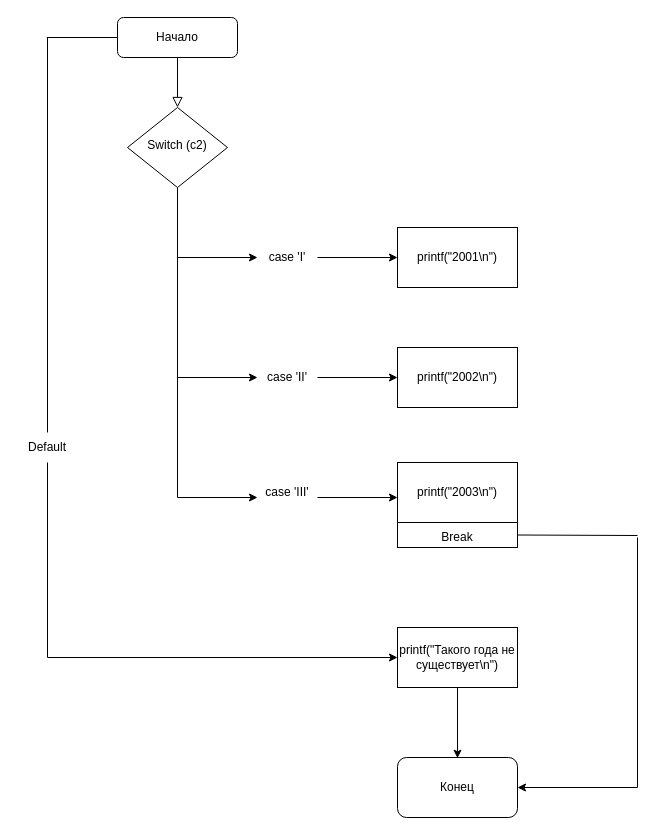
Above: lab7.drawio in 1kxri/dz (draw.io), before the change. Source tidied: cells renumbered, new cells numbered last; positions are measured from the earlier drawing's top-left corner, leaving out a move shared by most shapes. Both pictures are drawn from the tidied source at 100%, with x=0, y=0 at pixel (17, 17).
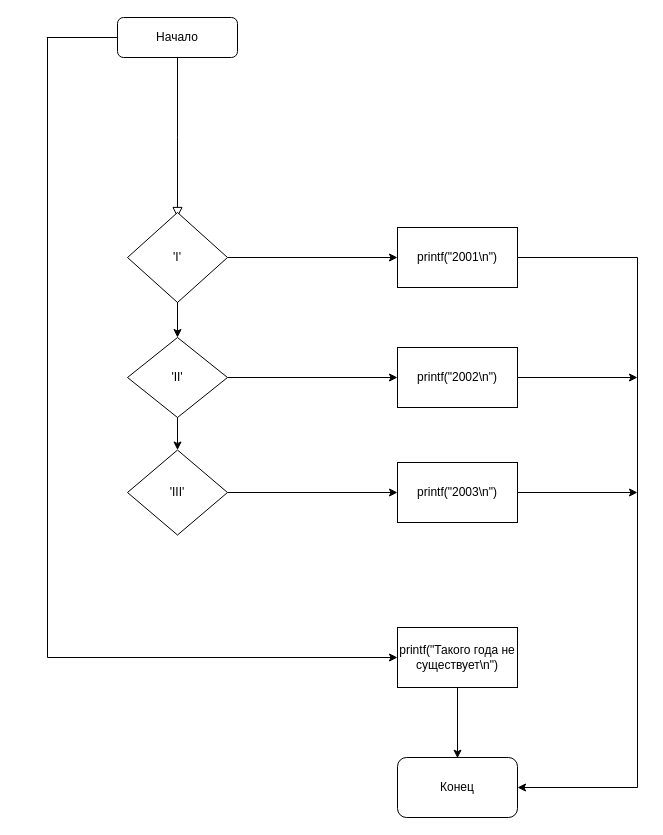
The same page after the edit.

The change refers to these unchanged cells:
```xml
<mxCell id="3" value="Начало" style="rounded=1;whiteSpace=wrap;html=1;fontSize=12;glass=0;strokeWidth=1;shadow=0;" parent="1" vertex="1">
  <mxGeometry x="100" width="120" height="40" as="geometry" />
</mxCell>
<mxCell id="19" value="printf(&quot;2001\n&quot;)" style="rounded=0;whiteSpace=wrap;html=1;" parent="1" vertex="1">
  <mxGeometry x="380" y="210" width="120" height="60" as="geometry" />
</mxCell>
<mxCell id="20" value="printf(&quot;2002\n&quot;)" style="rounded=0;whiteSpace=wrap;html=1;" parent="1" vertex="1">
  <mxGeometry x="380" y="330" width="120" height="60" as="geometry" />
</mxCell>
<mxCell id="21" value="printf(&quot;2003\n&quot;)" style="rounded=0;whiteSpace=wrap;html=1;" parent="1" vertex="1">
  <mxGeometry x="380" y="445" width="120" height="60" as="geometry" />
</mxCell>
```

Diff of the diagram source:
```diff
@@
-    <mxCell id="2" style="rounded=0;html=1;jettySize=auto;fontSize=11;endArrow=block;endFill=0;endSize=8;strokeWidth=1;shadow=0;labelBackgroundColor=none;edgeStyle=orthogonalEdgeStyle;" parent="1" edge="1" source="3" target="4">
-      <mxGeometry relative="1" as="geometry" />
+    <mxCell id="2" style="rounded=0;html=1;jettySize=auto;fontSize=11;endArrow=block;endFill=0;endSize=8;strokeWidth=1;shadow=0;labelBackgroundColor=none;edgeStyle=orthogonalEdgeStyle;" parent="1" edge="1" source="3">
+      <mxGeometry relative="1" as="geometry">
+        <mxPoint x="160" y="200" as="targetPoint" />
+      </mxGeometry>
     </mxCell>
@@
-    <mxCell id="4" value="Switch (c2)" style="rhombus;whiteSpace=wrap;html=1;shadow=0;fontFamily=Helvetica;fontSize=12;align=center;strokeWidth=1;spacing=6;spacingTop=-4;" parent="1" vertex="1">
-      <mxGeometry x="110" y="90" width="100" height="80" as="geometry" />
-    </mxCell>
@@
-    <mxCell id="6" style="endArrow=none;html=1;rounded=0;" parent="1" edge="1" source="11">
+    <mxCell id="6" style="endArrow=none;html=1;rounded=0;" parent="1" edge="1">
       <mxGeometry relative="1" as="geometry">
+        <mxPoint x="30" y="460" as="sourcePoint" />
         <mxPoint x="30" y="20" as="targetPoint" />
       </mxGeometry>
     </mxCell>
@@
-    <mxCell id="10" style="endArrow=none;html=1;rounded=0;" parent="1" edge="1" target="11">
+    <mxCell id="10" style="endArrow=none;html=1;rounded=0;" parent="1" edge="1">
       <mxGeometry relative="1" as="geometry">
         <mxPoint x="30" y="640" as="sourcePoint" />
+        <mxPoint x="30" y="445" as="targetPoint" />
       </mxGeometry>
     </mxCell>
-    <mxCell id="11" value="Default" style="text;html=1;align=center;verticalAlign=middle;whiteSpace=wrap;rounded=0;" parent="1" vertex="1">
-      <mxGeometry y="415" width="60" height="30" as="geometry" />
-    </mxCell>
-    <mxCell id="12" style="endArrow=none;html=1;rounded=0;" parent="1" edge="1" source="4">
-      <mxGeometry relative="1" as="geometry">
-        <mxPoint x="160" y="480" as="targetPoint" />
-      </mxGeometry>
-    </mxCell>
@@
-    <mxCell id="16" style="endArrow=classic;html=1;rounded=0;" parent="1" edge="1" source="25">
+    <mxCell id="16" style="endArrow=classic;html=1;rounded=0;" parent="1" edge="1">
       <mxGeometry relative="1" as="geometry">
+        <mxPoint x="210" y="240" as="sourcePoint" />
         <mxPoint x="380" y="240" as="targetPoint" />
       </mxGeometry>
     </mxCell>
-    <mxCell id="17" style="endArrow=classic;html=1;rounded=0;" parent="1" edge="1" source="27">
+    <mxCell id="17" style="endArrow=classic;html=1;rounded=0;exitX=1;exitY=0.5;exitDx=0;exitDy=0;" parent="1" edge="1" source="34">
       <mxGeometry relative="1" as="geometry">
         <mxPoint x="380" y="360" as="targetPoint" />
       </mxGeometry>
     </mxCell>
-    <mxCell id="18" style="endArrow=classic;html=1;rounded=0;" parent="1" edge="1">
-      <mxGeometry relative="1" as="geometry">
-        <mxPoint x="300" y="480" as="sourcePoint" />
-        <mxPoint x="380" y="480" as="targetPoint" />
-      </mxGeometry>
-    </mxCell>
@@
-    <mxCell id="22" style="rounded=0;whiteSpace=wrap;html=1;" parent="1" vertex="1">
-      <mxGeometry x="380" y="505" width="120" height="25" as="geometry" />
-    </mxCell>
-    <mxCell id="23" value="Break" style="text;html=1;align=center;verticalAlign=middle;whiteSpace=wrap;rounded=0;" parent="1" vertex="1">
-      <mxGeometry x="410" y="505" width="60" height="30" as="geometry" />
-    </mxCell>
-    <mxCell id="24" style="endArrow=classic;html=1;rounded=0;" parent="1" edge="1" target="25">
-      <mxGeometry relative="1" as="geometry">
-        <mxPoint x="160" y="240" as="sourcePoint" />
-      </mxGeometry>
-    </mxCell>
-    <mxCell id="25" value="case 'I'" style="text;html=1;align=center;verticalAlign=middle;whiteSpace=wrap;rounded=0;" parent="1" vertex="1">
-      <mxGeometry x="240" y="225" width="60" height="30" as="geometry" />
-    </mxCell>
-    <mxCell id="26" style="endArrow=classic;html=1;rounded=0;" parent="1" edge="1" target="27">
-      <mxGeometry relative="1" as="geometry">
-        <mxPoint x="160" y="360" as="sourcePoint" />
-      </mxGeometry>
-    </mxCell>
-    <mxCell id="27" value="case 'II'" style="text;html=1;align=center;verticalAlign=middle;whiteSpace=wrap;rounded=0;" parent="1" vertex="1">
-      <mxGeometry x="240" y="345" width="60" height="30" as="geometry" />
-    </mxCell>
-    <mxCell id="28" style="endArrow=classic;html=1;rounded=0;" parent="1" edge="1">
-      <mxGeometry relative="1" as="geometry">
-        <mxPoint x="160" y="480" as="sourcePoint" />
-        <mxPoint x="240" y="480" as="targetPoint" />
-      </mxGeometry>
-    </mxCell>
-    <mxCell id="29" value="case 'III'" style="text;html=1;align=center;verticalAlign=middle;whiteSpace=wrap;rounded=0;" parent="1" vertex="1">
-      <mxGeometry x="240" y="460" width="60" height="30" as="geometry" />
-    </mxCell>
-    <mxCell id="30" style="endArrow=none;html=1;rounded=0;exitX=1;exitY=0.5;exitDx=0;exitDy=0;" parent="1" edge="1" source="22">
-      <mxGeometry relative="1" as="geometry">
-        <mxPoint x="620" y="518" as="targetPoint" />
-      </mxGeometry>
-    </mxCell>
     <mxCell id="31" style="endArrow=none;html=1;rounded=0;" parent="1" edge="1">
       <mxGeometry relative="1" as="geometry">
         <mxPoint x="620" y="770" as="sourcePoint" />
-        <mxPoint x="620" y="520" as="targetPoint" />
+        <mxPoint x="620" y="240" as="targetPoint" />
       </mxGeometry>
     </mxCell>
@@
+    <mxCell id="33" style="endArrow=classic;html=1;rounded=0;entryX=0;entryY=0.5;entryDx=0;entryDy=0;exitX=1;exitY=0.5;exitDx=0;exitDy=0;" parent="1" edge="1" source="35" target="21">
+      <mxGeometry relative="1" as="geometry" />
+    </mxCell>
+    <mxCell id="34" style="rhombus;whiteSpace=wrap;html=1;" parent="1" vertex="1">
+      <mxGeometry x="110" y="320" width="100" height="80" as="geometry" />
+    </mxCell>
+    <mxCell id="35" style="rhombus;whiteSpace=wrap;html=1;" parent="1" vertex="1">
+      <mxGeometry x="110" y="432.5" width="100" height="85" as="geometry" />
+    </mxCell>
+    <mxCell id="36" style="endArrow=classic;html=1;rounded=0;" parent="1" edge="1">
+      <mxGeometry relative="1" as="geometry">
+        <mxPoint x="160" y="280" as="sourcePoint" />
+        <mxPoint x="160" y="320" as="targetPoint" />
+      </mxGeometry>
+    </mxCell>
+    <mxCell id="37" style="endArrow=classic;html=1;rounded=0;entryX=0.5;entryY=0;entryDx=0;entryDy=0;" parent="1" edge="1" source="34" target="35">
+      <mxGeometry relative="1" as="geometry" />
+    </mxCell>
+    <mxCell id="38" style="endArrow=none;html=1;rounded=0;exitX=1;exitY=0.5;exitDx=0;exitDy=0;" parent="1" edge="1" source="19">
+      <mxGeometry relative="1" as="geometry">
+        <mxPoint x="620" y="240" as="targetPoint" />
+      </mxGeometry>
+    </mxCell>
+    <mxCell id="39" style="endArrow=classic;html=1;rounded=0;exitX=1;exitY=0.5;exitDx=0;exitDy=0;" parent="1" edge="1" source="20">
+      <mxGeometry relative="1" as="geometry">
+        <mxPoint x="620" y="360" as="targetPoint" />
+      </mxGeometry>
+    </mxCell>
+    <mxCell id="40" style="endArrow=classic;html=1;rounded=0;" parent="1" edge="1" source="21">
+      <mxGeometry relative="1" as="geometry">
+        <mxPoint x="620" y="475" as="targetPoint" />
+      </mxGeometry>
+    </mxCell>
+    <mxCell id="41" style="rhombus;whiteSpace=wrap;html=1;" parent="1" vertex="1">
+      <mxGeometry x="110" y="195" width="100" height="90" as="geometry" />
+    </mxCell>
+    <mxCell id="42" value="'I'" style="text;html=1;align=center;verticalAlign=middle;whiteSpace=wrap;rounded=0;" parent="1" vertex="1">
+      <mxGeometry x="130" y="225" width="60" height="30" as="geometry" />
+    </mxCell>
+    <mxCell id="43" value="'II'" style="text;html=1;align=center;verticalAlign=middle;whiteSpace=wrap;rounded=0;" parent="1" vertex="1">
+      <mxGeometry x="130" y="345" width="60" height="30" as="geometry" />
+    </mxCell>
+    <mxCell id="44" value="'III'" style="text;html=1;align=center;verticalAlign=middle;whiteSpace=wrap;rounded=0;" parent="1" vertex="1">
+      <mxGeometry x="130" y="460" width="60" height="30" as="geometry" />
+    </mxCell>
```
